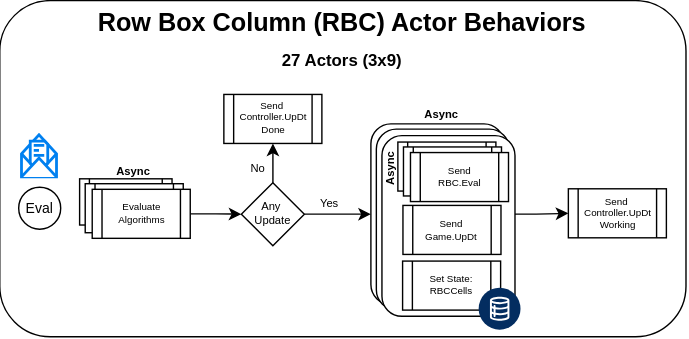
sunlao/py_sudoku_solver keeps this draw.io diagram as docs/diagrams/RBCActor.svg. Above is the earlier version. Source tidied: cells renumbered, new cells last; positions are measured from the earlier drawing's top-left corner, leaving out a move shared by most shapes.
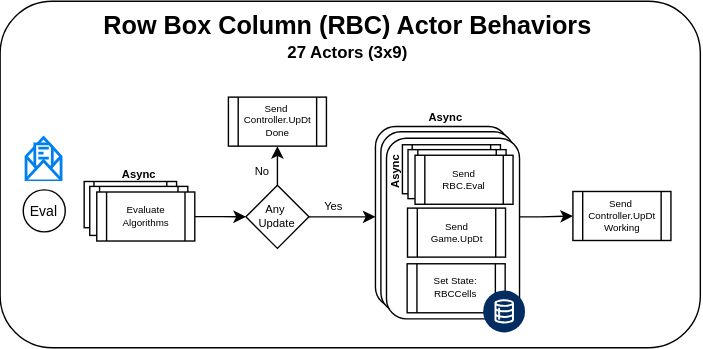
Later version of the same file.

The edit, as a diff of the source:
```diff
@@ -2,9 +2,9 @@
   <root>
     <mxCell id="0" />
     <mxCell id="1" parent="0" />
-    <mxCell id="2" style="rounded=1;whiteSpace=wrap;html=1;" parent="1" vertex="1">
-      <mxGeometry width="490" height="240" as="geometry" />
-    </mxCell>
+    <mxCell id="31" style="rounded=1;whiteSpace=wrap;html=1;" parent="1" vertex="1">
+      <mxGeometry x="-3" y="-1.5" width="500" height="247.5" as="geometry" />
+    </mxCell>
     <mxCell id="3" style="edgeStyle=orthogonalEdgeStyle;rounded=0;jettySize=auto;html=1;" parent="1" edge="1" source="4" target="30">
       <mxGeometry relative="1" as="geometry" />
     </mxCell>
@@ -60,7 +60,7 @@
       <mxGeometry y="3" width="490" height="27" as="geometry" />
     </mxCell>
     <mxCell id="21" value="27 Actors (3x9)" style="text;html=1;whiteSpace=wrap;strokeColor=none;fillColor=none;align=center;verticalAlign=middle;rounded=0;fontStyle=1;fontSize=12;" parent="1" vertex="1">
-      <mxGeometry y="30" width="490" height="27" as="geometry" />
+      <mxGeometry y="22" width="490" height="27" as="geometry" />
     </mxCell>
     <mxCell id="22" value="Async" style="text;html=1;whiteSpace=wrap;strokeColor=none;fillColor=none;align=center;verticalAlign=middle;rounded=0;fontSize=8;fontStyle=1;" parent="1" vertex="1">
       <mxGeometry x="86" y="115.5" width="20" height="12.5" as="geometry" />
```
